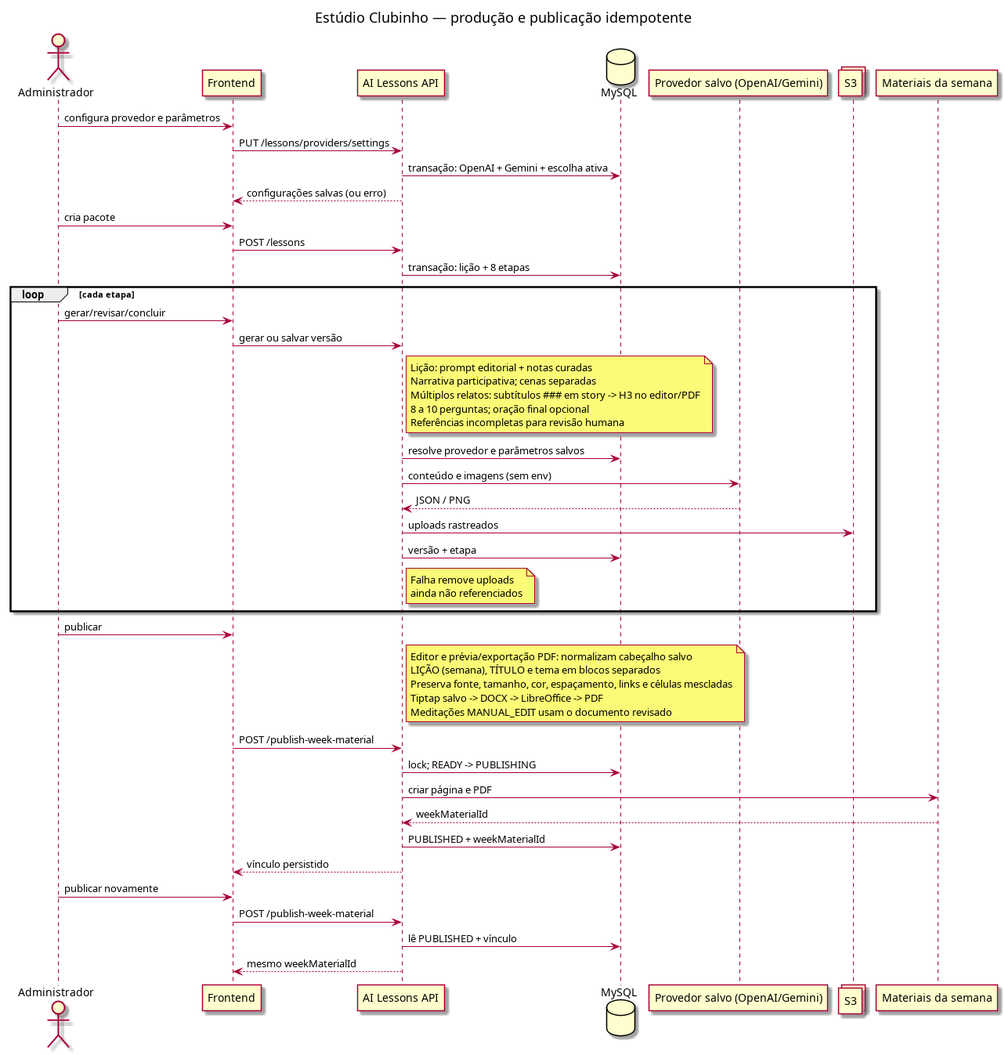
Before: docs/diagrams/flow/ai-lessons/ai-lessons-flow.png, a diagram exported from PlantUML (ministerioclubinhos/clubinhonib-api). Its source is kept beside it as docs/diagrams/flow/ai-lessons/ai-lessons-flow.puml.
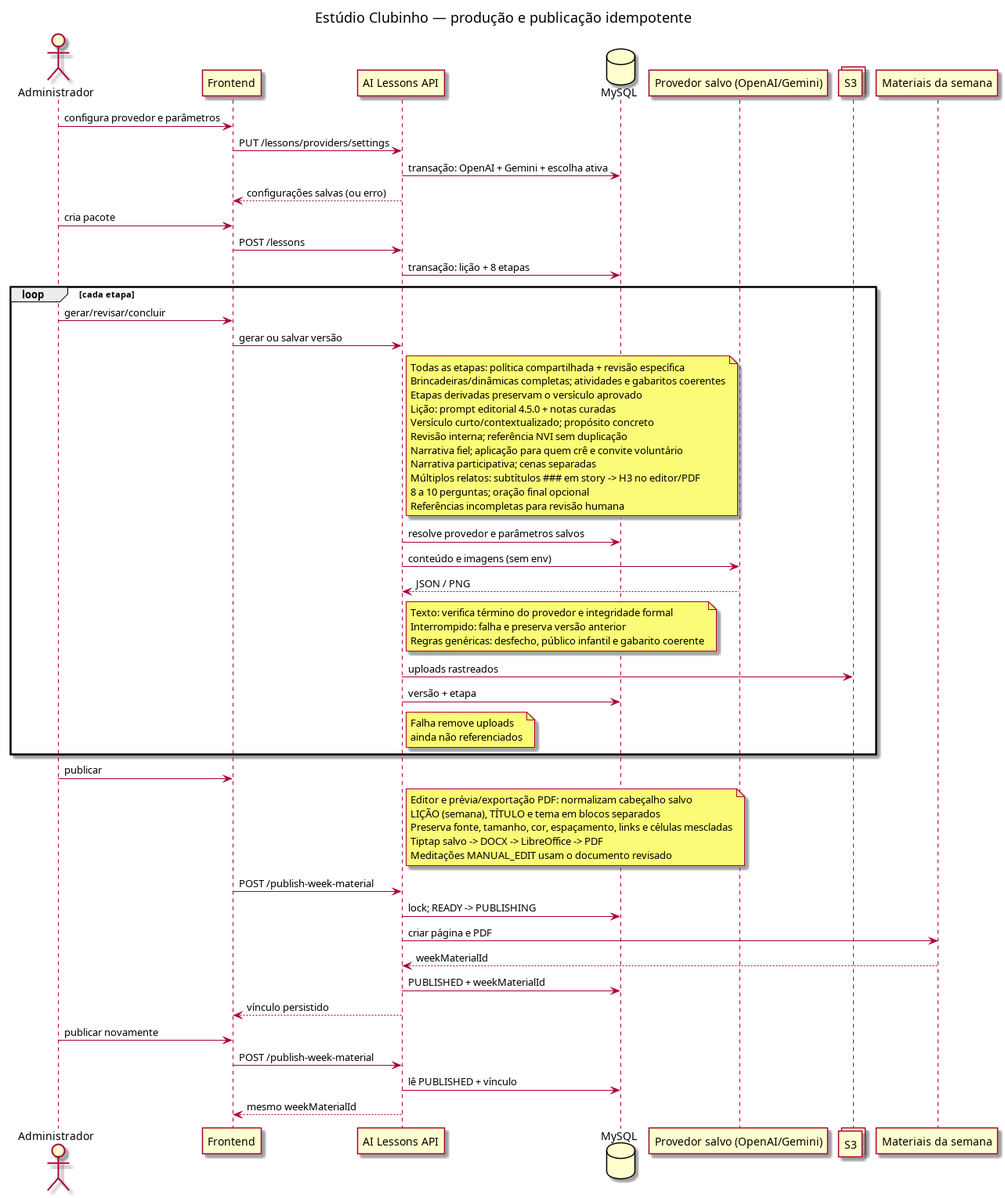
After the commit.

Diff of the diagram source:
```diff
@@ -21,7 +21,13 @@
   Administrador -> Frontend: gerar/revisar/concluir
   Frontend -> API: gerar ou salvar versão
   note right of API
-    Lição: prompt editorial + notas curadas
+    Todas as etapas: política compartilhada + revisão específica
+    Brincadeiras/dinâmicas completas; atividades e gabaritos coerentes
+    Etapas derivadas preservam o versículo aprovado
+    Lição: prompt editorial 4.5.0 + notas curadas
+    Versículo curto/contextualizado; propósito concreto
+    Revisão interna; referência NVI sem duplicação
+    Narrativa fiel; aplicação para quem crê e convite voluntário
     Narrativa participativa; cenas separadas
     Múltiplos relatos: subtítulos ### em story -> H3 no editor/PDF
     8 a 10 perguntas; oração final opcional
@@ -30,6 +36,11 @@
   API -> MySQL: resolve provedor e parâmetros salvos
   API -> OpenAI: conteúdo e imagens (sem env)
   OpenAI --> API: JSON / PNG
+  note right of API
+    Texto: verifica término do provedor e integridade formal
+    Interrompido: falha e preserva versão anterior
+    Regras genéricas: desfecho, público infantil e gabarito coerente
+  end note
   API -> S3: uploads rastreados
   API -> MySQL: versão + etapa
   note right of API
```
